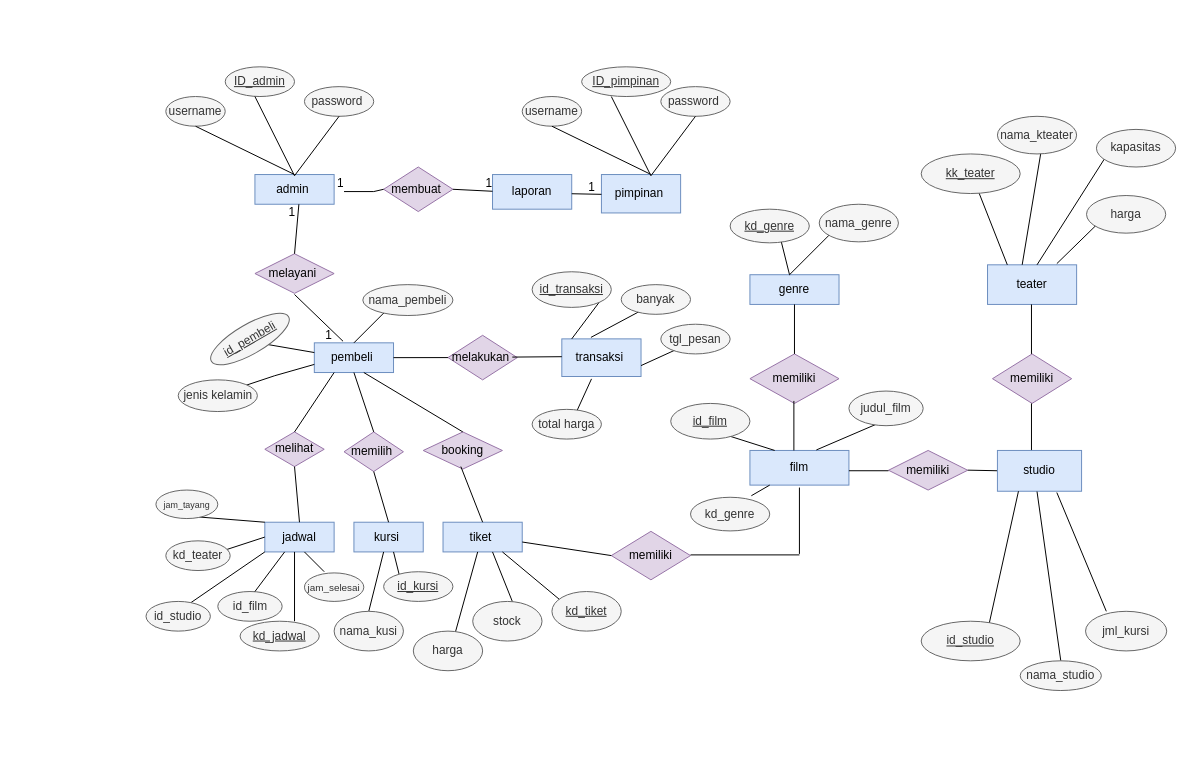
Before: Untitled Diagram.drawio in dindatsniaa/perpstakaan, a draw.io diagram. Source tidied: cells renumbered, new cells numbered last; positions are measured from the earlier drawing's top-left corner, leaving out a move shared by most shapes. Both pictures are drawn from the tidied source at 99%, with x=0, y=0 at pixel (146, 66).
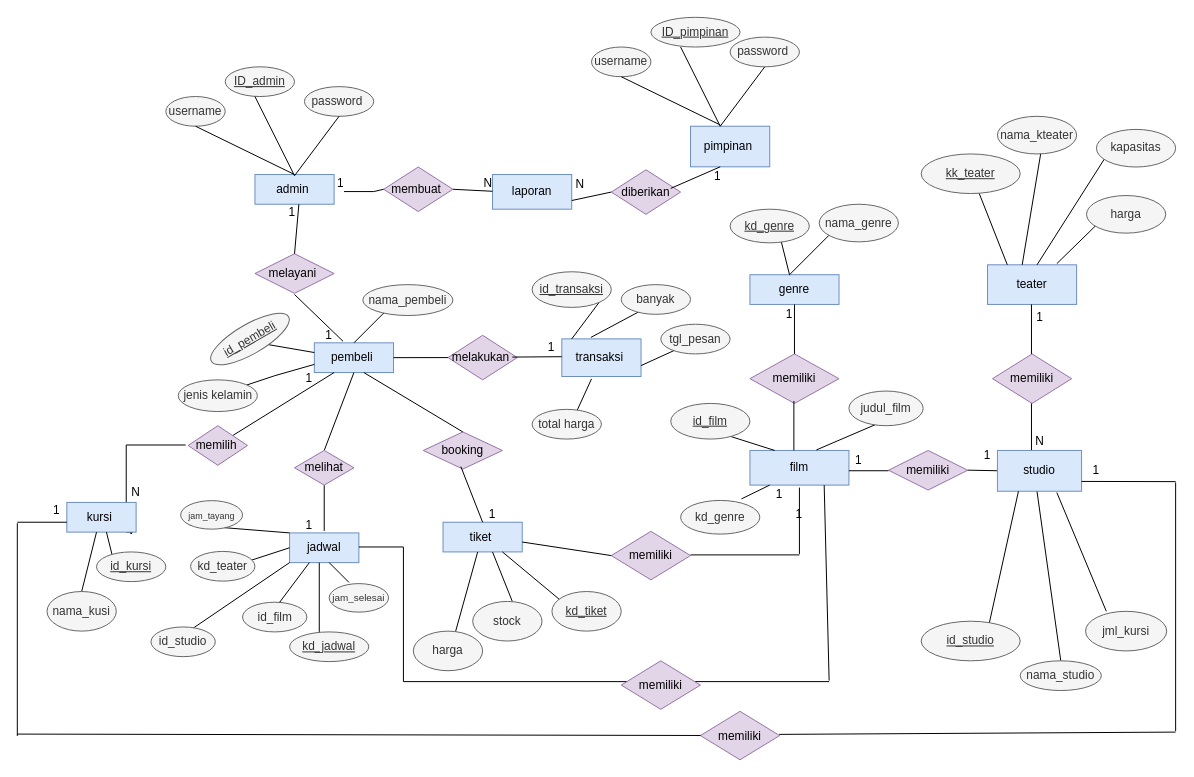
Above is the later version.

Unchanged cells that the change refers to:
```xml
<mxCell id="4" value="laporan" style="whiteSpace=wrap;html=1;align=center;fillColor=#dae8fc;strokeColor=#6c8ebf;" parent="1" vertex="1">
  <mxGeometry x="350" y="108.8" width="80" height="35" as="geometry" />
</mxCell>
<mxCell id="8" style="endArrow=none;html=1;rounded=0;exitX=1;exitY=0.5;exitDx=0;exitDy=0;" parent="1" edge="1" source="3">
  <mxGeometry relative="1" as="geometry">
    <mxPoint x="350" y="125.7" as="targetPoint" />
  </mxGeometry>
</mxCell>
<mxCell id="12" value="pembeli&amp;nbsp;" style="whiteSpace=wrap;html=1;align=center;fillColor=#dae8fc;strokeColor=#6c8ebf;" parent="1" vertex="1">
  <mxGeometry x="170" y="278.8" width="80" height="30" as="geometry" />
</mxCell>
<mxCell id="25" value="film" style="whiteSpace=wrap;html=1;align=center;fillColor=#dae8fc;strokeColor=#6c8ebf;" parent="1" vertex="1">
  <mxGeometry x="610" y="387.5" width="100" height="35" as="geometry" />
</mxCell>
```

The edit, as a diff of the source:
```diff
@@
     <mxCell id="5" value="pimpinan&amp;nbsp;" style="whiteSpace=wrap;html=1;align=center;fillColor=#dae8fc;strokeColor=#6c8ebf;" parent="1" vertex="1">
-      <mxGeometry x="460" y="108.8" width="80" height="38.8" as="geometry" />
+      <mxGeometry x="550" y="60" width="80" height="41" as="geometry" />
     </mxCell>
@@
-    <mxCell id="9" value="1" style="html=1;align=right;verticalAlign=bottom;" parent="8" vertex="1">
+    <mxCell id="9" value="N" style="html=1;align=right;verticalAlign=bottom;" parent="8" vertex="1">
       <mxGeometry x="1" relative="1" as="geometry" />
     </mxCell>
-    <mxCell id="10" style="endArrow=none;html=1;rounded=0;entryX=0;entryY=0.5;entryDx=0;entryDy=0;" parent="1" edge="1">
-      <mxGeometry relative="1" as="geometry">
-        <mxPoint x="430" y="128.2" as="sourcePoint" />
-        <mxPoint x="460" y="128.8" as="targetPoint" />
-      </mxGeometry>
+    <mxCell id="10" style="endArrow=none;html=1;rounded=0;entryX=0;entryY=0.5;entryDx=0;entryDy=0;exitX=1;exitY=0.75;exitDx=0;exitDy=0;" parent="1" edge="1" source="4" target="124">
+      <mxGeometry relative="1" as="geometry" />
     </mxCell>
@@
-    <mxCell id="15" value="melihat" style="shape=rhombus;perimeter=rhombusPerimeter;whiteSpace=wrap;html=1;align=center;fillColor=#e1d5e7;strokeColor=#9673a6;" parent="1" vertex="1">
-      <mxGeometry x="120" y="368.8" width="60" height="35" as="geometry" />
-    </mxCell>
-    <mxCell id="16" value="memilih&amp;nbsp;" style="shape=rhombus;perimeter=rhombusPerimeter;whiteSpace=wrap;html=1;align=center;fillColor=#e1d5e7;strokeColor=#9673a6;" parent="1" vertex="1">
-      <mxGeometry x="200" y="368.8" width="60" height="40" as="geometry" />
-    </mxCell>
+    <mxCell id="123" style="edgeStyle=orthogonalEdgeStyle;rounded=0;orthogonalLoop=1;jettySize=auto;html=1;" parent="1" edge="1">
+      <mxGeometry relative="1" as="geometry">
+        <mxPoint x="40" y="382" as="sourcePoint" />
+        <mxPoint x="-15" y="473" as="targetPoint" />
+        <Array as="points">
+          <mxPoint x="-20" y="382" />
+          <mxPoint x="-20" y="470" />
+          <mxPoint x="-15" y="470" />
+        </Array>
+      </mxGeometry>
+    </mxCell>
@@
     <mxCell id="18" value="jadwal" style="whiteSpace=wrap;html=1;align=center;fillColor=#dae8fc;strokeColor=#6c8ebf;" parent="1" vertex="1">
-      <mxGeometry x="120" y="460" width="70" height="30" as="geometry" />
+      <mxGeometry x="145" y="470.8" width="70" height="30" as="geometry" />
     </mxCell>
     <mxCell id="19" value="kursi&amp;nbsp;" style="whiteSpace=wrap;html=1;align=center;fillColor=#dae8fc;strokeColor=#6c8ebf;" parent="1" vertex="1">
-      <mxGeometry x="210" y="460" width="70" height="30" as="geometry" />
+      <mxGeometry x="-80" y="440" width="70" height="30" as="geometry" />
     </mxCell>
@@
-    <mxCell id="31" style="endArrow=none;html=1;rounded=0;entryX=0.5;entryY=0;entryDx=0;entryDy=0;" parent="1" edge="1" target="15">
+    <mxCell id="31" style="endArrow=none;html=1;rounded=0;entryX=1;entryY=0;entryDx=0;entryDy=0;" parent="1" edge="1" target="16">
       <mxGeometry relative="1" as="geometry">
         <mxPoint x="190" y="308.8" as="sourcePoint" />
       </mxGeometry>
     </mxCell>
-    <mxCell id="32" style="endArrow=none;html=1;rounded=0;exitX=0.5;exitY=1;exitDx=0;exitDy=0;entryX=0.5;entryY=0;entryDx=0;entryDy=0;" parent="1" edge="1" source="12" target="16">
+    <mxCell id="32" style="endArrow=none;html=1;rounded=0;exitX=0.5;exitY=1;exitDx=0;exitDy=0;entryX=0.5;entryY=0;entryDx=0;entryDy=0;" parent="1" edge="1" source="12" target="15">
       <mxGeometry relative="1" as="geometry" />
     </mxCell>
@@
-    <mxCell id="34" style="endArrow=none;html=1;rounded=0;entryX=0.5;entryY=0;entryDx=0;entryDy=0;" parent="1" edge="1" target="18">
-      <mxGeometry relative="1" as="geometry">
-        <mxPoint x="150" y="403.8" as="sourcePoint" />
-      </mxGeometry>
-    </mxCell>
-    <mxCell id="35" style="endArrow=none;html=1;rounded=0;entryX=0.5;entryY=0;entryDx=0;entryDy=0;" parent="1" edge="1" target="19">
-      <mxGeometry relative="1" as="geometry">
-        <mxPoint x="230" y="408.8" as="sourcePoint" />
-      </mxGeometry>
-    </mxCell>
@@
     <mxCell id="50" value="ID_pimpinan" style="ellipse;whiteSpace=wrap;html=1;align=center;fontStyle=4;fillColor=#f5f5f5;strokeColor=#666666;fontColor=#333333;" parent="1" vertex="1">
-      <mxGeometry x="440" width="90" height="30" as="geometry" />
+      <mxGeometry x="510" y="-50" width="90" height="30" as="geometry" />
     </mxCell>
     <mxCell id="51" value="username" style="ellipse;whiteSpace=wrap;html=1;align=center;fillColor=#f5f5f5;strokeColor=#666666;fontColor=#333333;" parent="1" vertex="1">
-      <mxGeometry x="380" y="30" width="60" height="30" as="geometry" />
+      <mxGeometry x="450" y="-20" width="60" height="30" as="geometry" />
     </mxCell>
     <mxCell id="52" value="password&amp;nbsp;" style="ellipse;whiteSpace=wrap;html=1;align=center;fillColor=#f5f5f5;strokeColor=#666666;fontColor=#333333;" parent="1" vertex="1">
-      <mxGeometry x="520" y="20" width="70" height="30" as="geometry" />
+      <mxGeometry x="590" y="-30" width="70" height="30" as="geometry" />
     </mxCell>
     <mxCell id="53" style="endArrow=none;html=1;rounded=0;" parent="1" edge="1">
       <mxGeometry relative="1" as="geometry">
-        <mxPoint x="470" y="30" as="sourcePoint" />
-        <mxPoint x="510" y="110" as="targetPoint" />
+        <mxPoint x="540" y="-20" as="sourcePoint" />
+        <mxPoint x="580" y="60" as="targetPoint" />
       </mxGeometry>
     </mxCell>
     <mxCell id="54" style="endArrow=none;html=1;rounded=0;exitX=0.5;exitY=1;exitDx=0;exitDy=0;entryX=0.5;entryY=0;entryDx=0;entryDy=0;" parent="1" edge="1" source="51">
       <mxGeometry relative="1" as="geometry">
-        <mxPoint x="510" y="108.7" as="targetPoint" />
+        <mxPoint x="580" y="58.7" as="targetPoint" />
       </mxGeometry>
     </mxCell>
     <mxCell id="55" style="endArrow=none;html=1;rounded=0;entryX=0.5;entryY=1;entryDx=0;entryDy=0;" parent="1" edge="1" target="52">
       <mxGeometry relative="1" as="geometry">
-        <mxPoint x="510" y="110" as="sourcePoint" />
+        <mxPoint x="580" y="60" as="sourcePoint" />
       </mxGeometry>
     </mxCell>
@@
     <mxCell id="67" value="id_film" style="ellipse;whiteSpace=wrap;html=1;fillColor=#f5f5f5;strokeColor=#666666;fontColor=#333333;" parent="1" vertex="1">
-      <mxGeometry x="72.5" y="530" width="65" height="30" as="geometry" />
+      <mxGeometry x="97.5" y="540.8" width="65" height="30" as="geometry" />
     </mxCell>
@@
     <mxCell id="69" value="kd_teater" style="ellipse;whiteSpace=wrap;html=1;fillColor=#f5f5f5;strokeColor=#666666;fontColor=#333333;" parent="1" vertex="1">
-      <mxGeometry x="20" y="478.8" width="65" height="30" as="geometry" />
+      <mxGeometry x="45" y="489.5" width="65" height="30" as="geometry" />
     </mxCell>
-    <mxCell id="70" style="endArrow=none;html=1;entryX=0;entryY=1;entryDx=0;entryDy=0;exitX=0;exitY=1;exitDx=0;exitDy=0;" parent="1" edge="1" source="18" target="71">
-      <mxGeometry relative="1" as="geometry" />
+    <mxCell id="70" style="endArrow=none;html=1;entryX=0;entryY=1;entryDx=0;entryDy=0;exitX=0;exitY=1;exitDx=0;exitDy=0;" parent="1" edge="1" source="18">
+      <mxGeometry relative="1" as="geometry">
+        <mxPoint x="34.1" y="576.2" as="targetPoint" />
+      </mxGeometry>
     </mxCell>
     <mxCell id="71" value="id_studio" style="ellipse;whiteSpace=wrap;html=1;fillColor=#f5f5f5;strokeColor=#666666;fontColor=#333333;" parent="1" vertex="1">
-      <mxGeometry y="540" width="65" height="30" as="geometry" />
+      <mxGeometry x="5" y="565.8" width="65" height="30" as="geometry" />
     </mxCell>
     <mxCell id="72" value="&lt;font style=&quot;font-size: 10px&quot;&gt;jam_selesai&lt;/font&gt;" style="ellipse;whiteSpace=wrap;html=1;fillColor=#f5f5f5;strokeColor=#666666;fontColor=#333333;" parent="1" vertex="1">
-      <mxGeometry x="160" y="511.2" width="60" height="28.8" as="geometry" />
+      <mxGeometry x="185" y="522" width="60" height="28.8" as="geometry" />
     </mxCell>
     <mxCell id="73" style="endArrow=none;html=1;entryX=0;entryY=1;entryDx=0;entryDy=0;" parent="1" edge="1" target="74">
       <mxGeometry relative="1" as="geometry">
-        <mxPoint x="120" y="460" as="sourcePoint" />
+        <mxPoint x="145" y="470.8" as="sourcePoint" />
       </mxGeometry>
     </mxCell>
     <mxCell id="74" value="&lt;font style=&quot;font-size: 9px&quot;&gt;jam_tayang&lt;/font&gt;" style="ellipse;whiteSpace=wrap;html=1;fillColor=#f5f5f5;strokeColor=#666666;fontColor=#333333;" parent="1" vertex="1">
-      <mxGeometry x="10" y="427.5" width="62.5" height="28.8" as="geometry" />
+      <mxGeometry x="35" y="438.2" width="62.5" height="28.8" as="geometry" />
     </mxCell>
@@
     <mxCell id="81" value="kd_jadwal" style="ellipse;whiteSpace=wrap;html=1;align=center;fontStyle=4;fillColor=#f5f5f5;strokeColor=#666666;fontColor=#333333;" parent="1" vertex="1">
-      <mxGeometry x="95" y="560" width="80" height="30" as="geometry" />
+      <mxGeometry x="145" y="570.8" width="80" height="30" as="geometry" />
     </mxCell>
@@
     <mxCell id="89" value="kd_genre" style="ellipse;whiteSpace=wrap;html=1;align=center;fillColor=#f5f5f5;strokeColor=#666666;fontColor=#333333;" parent="1" vertex="1">
-      <mxGeometry x="550" y="434.8" width="80" height="34" as="geometry" />
+      <mxGeometry x="540" y="438" width="80" height="34" as="geometry" />
     </mxCell>
@@
     <mxCell id="93" style="endArrow=none;html=1;rounded=0;" parent="1" edge="1">
       <mxGeometry relative="1" as="geometry">
-        <mxPoint x="250" y="490" as="sourcePoint" />
-        <mxPoint x="260" y="530" as="targetPoint" />
+        <mxPoint x="-40" y="470" as="sourcePoint" />
+        <mxPoint x="-30" y="510" as="targetPoint" />
       </mxGeometry>
     </mxCell>
     <mxCell id="94" style="endArrow=none;html=1;rounded=0;exitX=0.5;exitY=0;exitDx=0;exitDy=0;" parent="1" edge="1" source="119">
       <mxGeometry relative="1" as="geometry">
-        <mxPoint x="240" y="490" as="targetPoint" />
+        <mxPoint x="-50" y="470" as="targetPoint" />
       </mxGeometry>
     </mxCell>
     <mxCell id="95" style="endArrow=none;html=1;rounded=0;" parent="1" edge="1">
       <mxGeometry relative="1" as="geometry">
-        <mxPoint x="150" y="490" as="sourcePoint" />
-        <mxPoint x="150" y="560" as="targetPoint" />
+        <mxPoint x="175" y="500.8" as="sourcePoint" />
+        <mxPoint x="175" y="570.8" as="targetPoint" />
       </mxGeometry>
     </mxCell>
     <mxCell id="96" style="endArrow=none;html=1;rounded=0;" parent="1" edge="1">
       <mxGeometry relative="1" as="geometry">
-        <mxPoint x="110" y="530" as="sourcePoint" />
-        <mxPoint x="140" y="490" as="targetPoint" />
+        <mxPoint x="135" y="540.8" as="sourcePoint" />
+        <mxPoint x="165" y="500.8" as="targetPoint" />
       </mxGeometry>
     </mxCell>
@@
     <mxCell id="98" value="id_kursi" style="ellipse;whiteSpace=wrap;html=1;align=center;fontStyle=4;fillColor=#f5f5f5;strokeColor=#666666;fontColor=#333333;" parent="1" vertex="1">
-      <mxGeometry x="240" y="510" width="70" height="30" as="geometry" />
+      <mxGeometry x="-50" y="490" width="70" height="30" as="geometry" />
     </mxCell>
     <mxCell id="99" style="endArrow=none;html=1;rounded=0;" parent="1" edge="1">
       <mxGeometry relative="1" as="geometry">
-        <mxPoint x="160" y="490" as="sourcePoint" />
-        <mxPoint x="180" y="510" as="targetPoint" />
+        <mxPoint x="185" y="500.8" as="sourcePoint" />
+        <mxPoint x="205" y="520.8" as="targetPoint" />
       </mxGeometry>
     </mxCell>
@@
     <mxCell id="119" value="nama_kusi" style="ellipse;whiteSpace=wrap;html=1;align=center;fillColor=#f5f5f5;strokeColor=#666666;fontColor=#333333;" parent="1" vertex="1">
-      <mxGeometry x="190" y="550" width="70" height="40" as="geometry" />
+      <mxGeometry x="-100" y="530" width="70" height="40" as="geometry" />
     </mxCell>
-    <mxCell id="120" value="1" style="html=1;align=right;verticalAlign=bottom;" parent="1" vertex="1">
-      <mxGeometry x="350" y="138.7" as="geometry">
+    <mxCell id="120" value="N" style="html=1;align=right;verticalAlign=bottom;" parent="1" vertex="1">
+      <mxGeometry x="339" y="136" as="geometry">
         <mxPoint x="104" y="-9" as="offset" />
       </mxGeometry>
     </mxCell>
@@
+    <mxCell id="124" value="diberikan" style="shape=rhombus;perimeter=rhombusPerimeter;whiteSpace=wrap;html=1;align=center;fillColor=#e1d5e7;strokeColor=#9673a6;" parent="1" vertex="1">
+      <mxGeometry x="470" y="104" width="70" height="45" as="geometry" />
+    </mxCell>
+    <mxCell id="125" style="endArrow=none;html=1;rounded=0;exitX=1;exitY=0.5;exitDx=0;exitDy=0;" parent="1" edge="1">
+      <mxGeometry relative="1" as="geometry">
+        <mxPoint x="530" y="122.8" as="sourcePoint" />
+        <mxPoint x="580" y="101" as="targetPoint" />
+      </mxGeometry>
+    </mxCell>
+    <mxCell id="126" value="1" style="html=1;align=right;verticalAlign=bottom;" parent="1" vertex="1">
+      <mxGeometry x="230" y="149" as="geometry">
+        <mxPoint x="351" y="-30" as="offset" />
+      </mxGeometry>
+    </mxCell>
+    <mxCell id="127" value="1" style="html=1;align=right;verticalAlign=bottom;" parent="1" vertex="1">
+      <mxGeometry x="210" y="130" as="geometry">
+        <mxPoint x="203" y="162" as="offset" />
+      </mxGeometry>
+    </mxCell>
+    <mxCell id="128" value="1" style="text;html=1;strokeColor=none;fillColor=none;align=center;verticalAlign=middle;whiteSpace=wrap;rounded=0;" parent="1" vertex="1">
+      <mxGeometry x="145" y="452.5" width="40" height="20" as="geometry" />
+    </mxCell>
+    <mxCell id="129" value="1" style="text;html=1;strokeColor=none;fillColor=none;align=center;verticalAlign=middle;whiteSpace=wrap;rounded=0;" parent="1" vertex="1">
+      <mxGeometry x="-110" y="438" width="40" height="20" as="geometry" />
+    </mxCell>
+    <mxCell id="130" value="1" style="text;html=1;strokeColor=none;fillColor=none;align=center;verticalAlign=middle;whiteSpace=wrap;rounded=0;" parent="1" vertex="1">
+      <mxGeometry x="330" y="441.8" width="40" height="20" as="geometry" />
+    </mxCell>
+    <mxCell id="131" value="1" style="text;html=1;strokeColor=none;fillColor=none;align=center;verticalAlign=middle;whiteSpace=wrap;rounded=0;" parent="1" vertex="1">
+      <mxGeometry x="620" y="421.8" width="40" height="20" as="geometry" />
+    </mxCell>
+    <mxCell id="132" style="endArrow=none;html=1;" parent="1" edge="1">
+      <mxGeometry relative="1" as="geometry">
+        <mxPoint x="945" y="418.8" as="sourcePoint" />
+        <mxPoint x="1040" y="419" as="targetPoint" />
+      </mxGeometry>
+    </mxCell>
+    <mxCell id="133" style="endArrow=none;html=1;" parent="1" edge="1">
+      <mxGeometry relative="1" as="geometry">
+        <mxPoint x="1040" y="419.8" as="sourcePoint" />
+        <mxPoint x="1040" y="671" as="targetPoint" />
+      </mxGeometry>
+    </mxCell>
+    <mxCell id="134" style="endArrow=none;html=1;" parent="1" edge="1">
+      <mxGeometry relative="1" as="geometry">
+        <mxPoint x="639.6" y="674.3" as="sourcePoint" />
+        <mxPoint x="1040" y="672" as="targetPoint" />
+      </mxGeometry>
+    </mxCell>
+    <mxCell id="135" value="memiliki" style="shape=rhombus;perimeter=rhombusPerimeter;whiteSpace=wrap;html=1;align=center;fillColor=#e1d5e7;strokeColor=#9673a6;" parent="1" vertex="1">
+      <mxGeometry x="560" y="651" width="80" height="49" as="geometry" />
+    </mxCell>
+    <mxCell id="136" style="endArrow=none;html=1;" parent="1" edge="1" target="135">
+      <mxGeometry relative="1" as="geometry">
+        <mxPoint x="-130" y="674" as="sourcePoint" />
+      </mxGeometry>
+    </mxCell>
+    <mxCell id="137" style="endArrow=none;html=1;rounded=0;entryX=0.5;entryY=0;entryDx=0;entryDy=0;" parent="1" edge="1">
+      <mxGeometry relative="1" as="geometry">
+        <mxPoint x="180" y="422.5" as="sourcePoint" />
+        <mxPoint x="180" y="468.8" as="targetPoint" />
+      </mxGeometry>
+    </mxCell>
+    <mxCell id="138" style="endArrow=none;html=1;rounded=0;" parent="1" edge="1">
+      <mxGeometry relative="1" as="geometry">
+        <mxPoint x="215" y="485" as="sourcePoint" />
+        <mxPoint x="260" y="485" as="targetPoint" />
+      </mxGeometry>
+    </mxCell>
+    <mxCell id="139" style="endArrow=none;html=1;rounded=0;" parent="1" edge="1">
+      <mxGeometry relative="1" as="geometry">
+        <mxPoint x="260" y="485.1" as="sourcePoint" />
+        <mxPoint x="260" y="621" as="targetPoint" />
+      </mxGeometry>
+    </mxCell>
+    <mxCell id="140" style="endArrow=none;html=1;rounded=0;" parent="1" edge="1">
+      <mxGeometry relative="1" as="geometry">
+        <mxPoint x="260" y="621" as="sourcePoint" />
+        <mxPoint x="690" y="621" as="targetPoint" />
+      </mxGeometry>
+    </mxCell>
+    <mxCell id="141" style="endArrow=none;html=1;rounded=0;entryX=0.75;entryY=1;entryDx=0;entryDy=0;" parent="1" edge="1" target="25">
+      <mxGeometry relative="1" as="geometry">
+        <mxPoint x="690" y="620" as="sourcePoint" />
+      </mxGeometry>
+    </mxCell>
+    <mxCell id="142" value="memiliki" style="shape=rhombus;perimeter=rhombusPerimeter;whiteSpace=wrap;html=1;align=center;fillColor=#e1d5e7;strokeColor=#9673a6;" parent="1" vertex="1">
+      <mxGeometry x="480" y="600" width="80" height="49" as="geometry" />
+    </mxCell>
+    <mxCell id="143" style="endArrow=none;html=1;rounded=0;" parent="1" edge="1">
+      <mxGeometry relative="1" as="geometry">
+        <mxPoint x="-130" y="461" as="sourcePoint" />
+        <mxPoint x="-130" y="675.9" as="targetPoint" />
+      </mxGeometry>
+    </mxCell>
+    <mxCell id="144" style="endArrow=none;html=1;rounded=0;" parent="1" edge="1">
+      <mxGeometry relative="1" as="geometry">
+        <mxPoint x="-130" y="460" as="sourcePoint" />
+        <mxPoint x="-80" y="460" as="targetPoint" />
+      </mxGeometry>
+    </mxCell>
+    <mxCell id="145" value="N" style="text;html=1;strokeColor=none;fillColor=none;align=center;verticalAlign=middle;whiteSpace=wrap;rounded=0;" parent="1" vertex="1">
+      <mxGeometry x="883" y="367.5" width="40" height="20" as="geometry" />
+    </mxCell>
+    <mxCell id="146" value="1" style="text;html=1;strokeColor=none;fillColor=none;align=center;verticalAlign=middle;whiteSpace=wrap;rounded=0;" parent="1" vertex="1">
+      <mxGeometry x="830" y="382.5" width="40" height="20" as="geometry" />
+    </mxCell>
+    <mxCell id="147" value="1" style="text;html=1;strokeColor=none;fillColor=none;align=center;verticalAlign=middle;whiteSpace=wrap;rounded=0;" parent="1" vertex="1">
+      <mxGeometry x="700" y="387.5" width="40" height="20" as="geometry" />
+    </mxCell>
+    <mxCell id="15" value="melihat" style="shape=rhombus;perimeter=rhombusPerimeter;whiteSpace=wrap;html=1;align=center;fillColor=#e1d5e7;strokeColor=#9673a6;" parent="1" vertex="1">
+      <mxGeometry x="150" y="387.5" width="60" height="35" as="geometry" />
+    </mxCell>
+    <mxCell id="16" value="memilih&amp;nbsp;" style="shape=rhombus;perimeter=rhombusPerimeter;whiteSpace=wrap;html=1;align=center;fillColor=#e1d5e7;strokeColor=#9673a6;" parent="1" vertex="1">
+      <mxGeometry x="42.5" y="362.5" width="60" height="40" as="geometry" />
+    </mxCell>
+    <mxCell id="148" value="1" style="text;html=1;strokeColor=none;fillColor=none;align=center;verticalAlign=middle;whiteSpace=wrap;rounded=0;" parent="1" vertex="1">
+      <mxGeometry x="630" y="240" width="40" height="20" as="geometry" />
+    </mxCell>
+    <mxCell id="149" value="1" style="text;html=1;strokeColor=none;fillColor=none;align=center;verticalAlign=middle;whiteSpace=wrap;rounded=0;" parent="1" vertex="1">
+      <mxGeometry x="640" y="441.8" width="40" height="20" as="geometry" />
+    </mxCell>
+    <mxCell id="150" value="1" style="text;html=1;strokeColor=none;fillColor=none;align=center;verticalAlign=middle;whiteSpace=wrap;rounded=0;" parent="1" vertex="1">
+      <mxGeometry x="883" y="243" width="40" height="20" as="geometry" />
+    </mxCell>
+    <mxCell id="151" value="1" style="text;html=1;strokeColor=none;fillColor=none;align=center;verticalAlign=middle;whiteSpace=wrap;rounded=0;" parent="1" vertex="1">
+      <mxGeometry x="940" y="397.5" width="40" height="20" as="geometry" />
+    </mxCell>
+    <mxCell id="152" value="1" style="text;html=1;strokeColor=none;fillColor=none;align=center;verticalAlign=middle;whiteSpace=wrap;rounded=0;" parent="1" vertex="1">
+      <mxGeometry x="150" y="304.4" width="30" height="21.2" as="geometry" />
+    </mxCell>
+    <mxCell id="153" value="N" style="text;html=1;strokeColor=none;fillColor=none;align=center;verticalAlign=middle;whiteSpace=wrap;rounded=0;" parent="1" vertex="1">
+      <mxGeometry x="-30" y="420" width="40" height="20" as="geometry" />
+    </mxCell>
```
